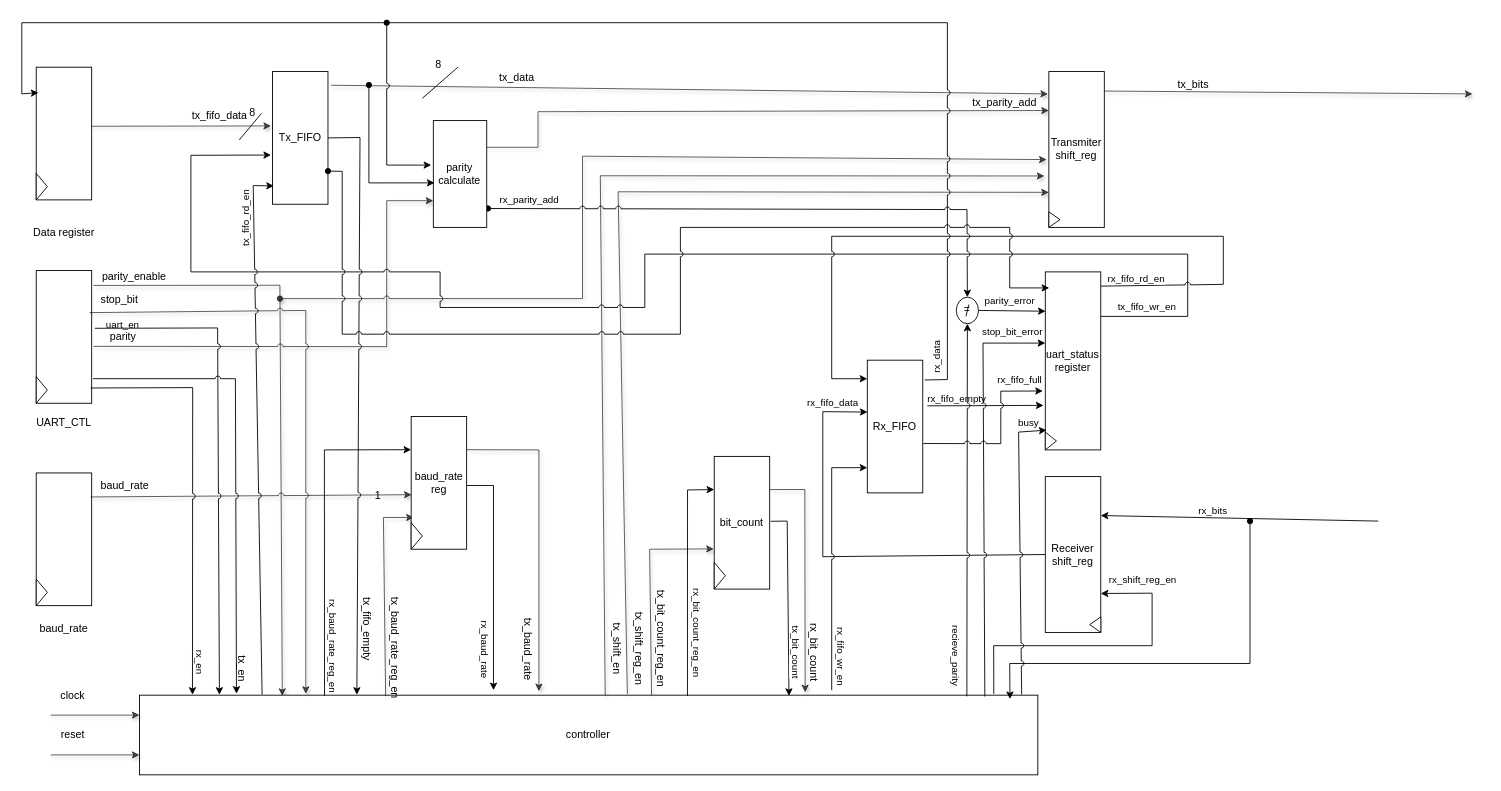
The draw.io diagram page "Page-1" (1 of 5) of uart/docs/Tx_Rx_combined.drawio in MuhammadBoota09299/Computer_Architecture_Lab, before the edit. Source tidied: cells renumbered, new cells numbered last; positions are measured from the earlier drawing's top-left corner, leaving out a move shared by most shapes. Both pictures are drawn from the tidied source at 89%, with x=0, y=0 at pixel (21, 22).
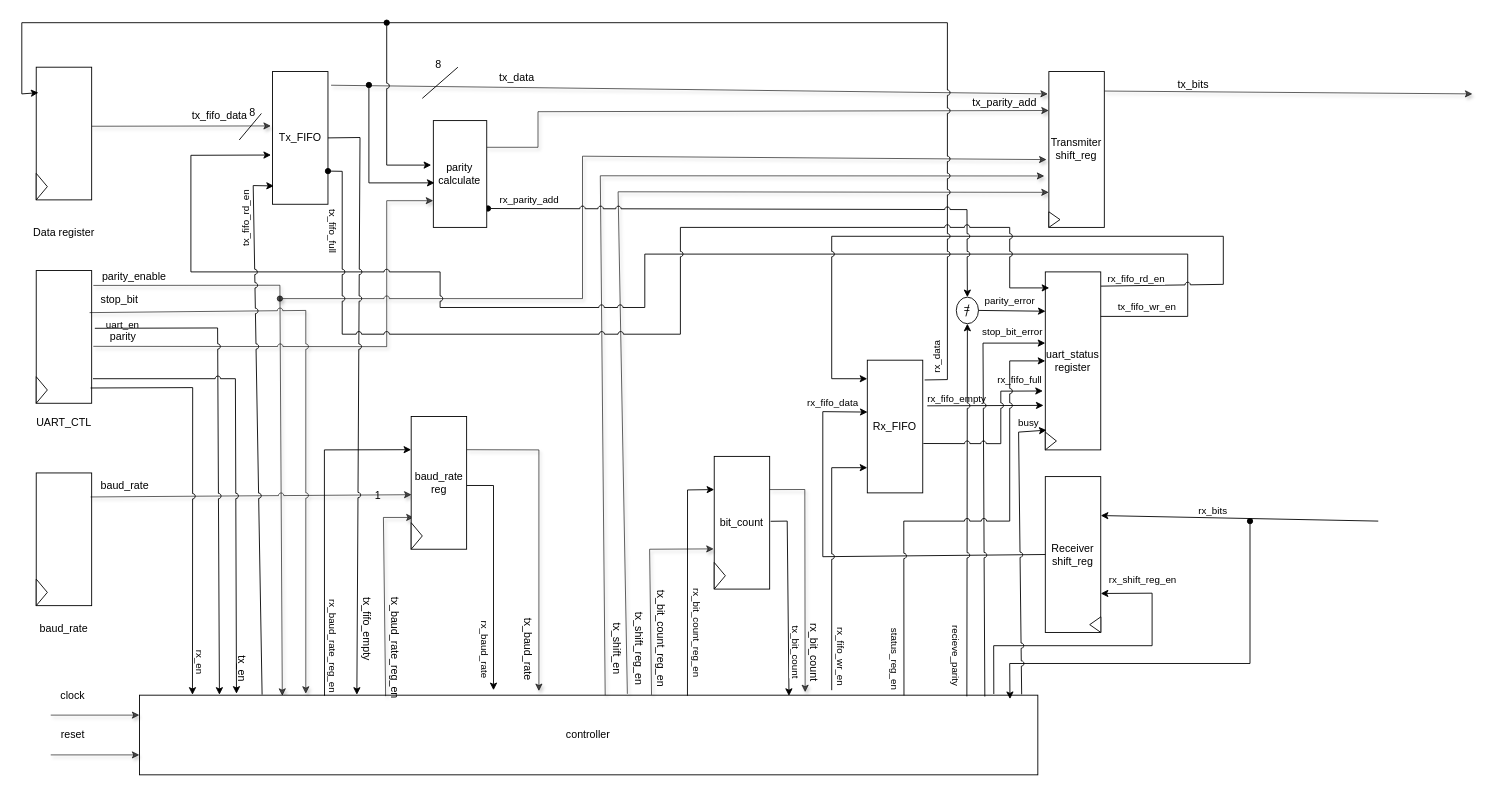
The same page after the edit.

Unchanged cells that the change refers to:
```xml
<mxCell id="16" value="controller" style="rounded=0;whiteSpace=wrap;html=1;" parent="1" vertex="1">
  <mxGeometry x="132.2" y="755.6" width="1009.4" height="89.5" as="geometry" />
</mxCell>
<mxCell id="58" value="uart_status&lt;br&gt;register" style="rounded=0;whiteSpace=wrap;html=1;direction=south;" parent="57" vertex="1">
  <mxGeometry width="62.3" height="200" as="geometry" />
</mxCell>
<mxCell id="105" style="endArrow=classic;html=1;rounded=0;entryX=0.09;entryY=0.929;entryDx=0;entryDy=0;entryPerimeter=0;jumpStyle=arc;startArrow=oval;startFill=1;exitX=0.75;exitY=0;exitDx=0;exitDy=0;" parent="1" edge="1" source="6" target="58">
  <mxGeometry relative="1" as="geometry">
    <Array as="points">
      <mxPoint x="360" y="167" />
      <mxPoint x="360" y="350" />
      <mxPoint x="740" y="350" />
      <mxPoint x="740" y="230" />
      <mxPoint x="1110" y="230" />
      <mxPoint x="1110" y="298" />
    </Array>
  </mxGeometry>
</mxCell>
```

Change to the diagram source:
```diff
@@
+    <mxCell id="119" value="tx_fifo_full" style="edgeLabel;html=1;align=center;verticalAlign=middle;rotation=90;" parent="105" vertex="1">
+      <mxGeometry x="-0.87" relative="1" as="geometry">
+        <mxPoint x="-10" y="5" as="offset" />
+      </mxGeometry>
+    </mxCell>
@@
+    <mxCell id="120" style="endArrow=classic;html=1;rounded=0;exitX=0.851;exitY=0.004;exitDx=0;exitDy=0;exitPerimeter=0;entryX=0.5;entryY=1;entryDx=0;entryDy=0;jumpStyle=arc;" parent="1" edge="1" source="16" target="58">
+      <mxGeometry relative="1" as="geometry">
+        <Array as="points">
+          <mxPoint x="991" y="560" />
+          <mxPoint x="1110" y="560" />
+          <mxPoint x="1110" y="380" />
+        </Array>
+      </mxGeometry>
+    </mxCell>
+    <mxCell id="121" value="status_reg_en" style="edgeLabel;html=1;align=center;verticalAlign=middle;rotation=90;" parent="120" vertex="1">
+      <mxGeometry x="-0.79" relative="1" as="geometry">
+        <mxPoint x="-10" y="14" as="offset" />
+      </mxGeometry>
+    </mxCell>
```
